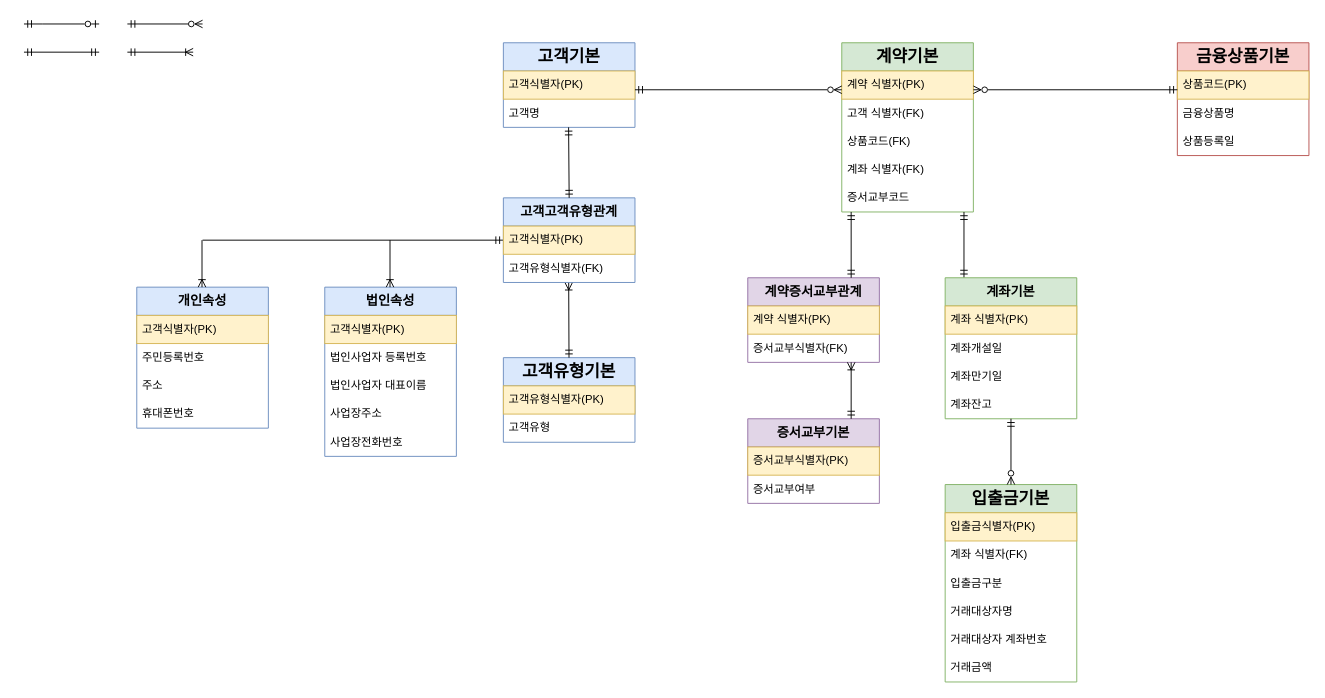
noheul1030/BWG keeps this draw.io diagram as 실습/데이터모델링실습1.drawio. Above is the earlier version. Source tidied: cells renumbered, new cells numbered last; positions are measured from the earlier drawing's top-left corner, leaving out a move shared by most shapes. Both pictures are drawn from the tidied source at 94%, with x=0, y=0 at pixel (24, 24).
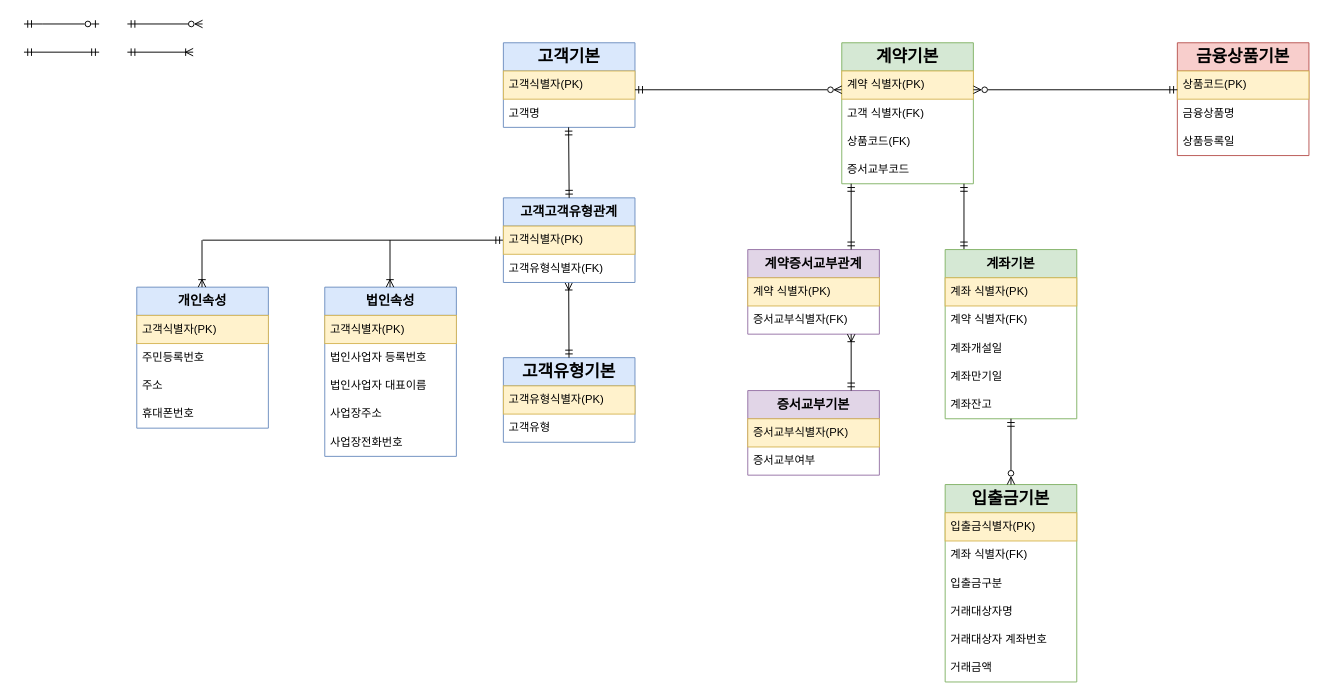
The same page after the edit.

Commit message (it also covers changes not shown here):
데이터모델링실습1.drawio 업데이트

Diff of the diagram source:
```diff
@@
     <mxCell id="23" value="&lt;h3&gt;증서교부기본&lt;/h3&gt;" style="swimlane;fontStyle=0;horizontal=1;startSize=30;whiteSpace=wrap;html=1;fillColor=#e1d5e7;strokeColor=#9673a6;" parent="1" vertex="1">
-      <mxGeometry x="770" y="420" width="140" height="90" as="geometry" />
+      <mxGeometry x="770" y="390" width="140" height="90" as="geometry" />
     </mxCell>
@@
     <mxCell id="26" value="&lt;h2&gt;계약기본&lt;/h2&gt;" style="swimlane;fontStyle=0;horizontal=1;startSize=30;whiteSpace=wrap;html=1;fillColor=#d5e8d4;strokeColor=#82b366;" parent="1" vertex="1">
-      <mxGeometry x="870" y="20" width="140" height="180" as="geometry" />
+      <mxGeometry x="870" y="20" width="140" height="150" as="geometry" />
     </mxCell>
@@
-    <mxCell id="30" value="계좌 식별자(FK)" style="text;strokeColor=none;fillColor=none;align=left;verticalAlign=middle;spacingLeft=4;spacingRight=4;overflow=hidden;whiteSpace=wrap;html=1;" parent="26" vertex="1">
-      <mxGeometry y="120" width="140" height="30" as="geometry" />
-    </mxCell>
     <mxCell id="31" value="증서교부코드" style="text;strokeColor=none;fillColor=none;align=left;verticalAlign=middle;spacingLeft=4;spacingRight=4;overflow=hidden;whiteSpace=wrap;html=1;" parent="26" vertex="1">
-      <mxGeometry y="150" width="140" height="30" as="geometry" />
+      <mxGeometry y="120" width="140" height="30" as="geometry" />
     </mxCell>
@@
     <mxCell id="34" value="&lt;h3&gt;계약증서교부관계&lt;/h3&gt;" style="swimlane;fontStyle=0;horizontal=1;startSize=30;whiteSpace=wrap;html=1;fillColor=#e1d5e7;strokeColor=#9673a6;" parent="1" vertex="1">
-      <mxGeometry x="770" y="270" width="140" height="90" as="geometry" />
+      <mxGeometry x="770" y="240" width="140" height="90" as="geometry" />
     </mxCell>
@@
     <mxCell id="37" style="endArrow=ERmandOne;html=1;rounded=0;startArrow=ERmandOne;startFill=0;endFill=0;exitX=0.5;exitY=0;exitDx=0;exitDy=0;" parent="1" edge="1">
       <mxGeometry relative="1" as="geometry">
-        <mxPoint x="880" y="270" as="sourcePoint" />
-        <mxPoint x="880" y="200" as="targetPoint" />
+        <mxPoint x="880" y="240" as="sourcePoint" />
+        <mxPoint x="880" y="170" as="targetPoint" />
       </mxGeometry>
     </mxCell>
@@
     <mxCell id="45" style="endArrow=ERmandOne;html=1;rounded=0;startArrow=ERmandOne;startFill=0;endFill=0;exitX=0.5;exitY=0;exitDx=0;exitDy=0;" parent="1" edge="1">
       <mxGeometry relative="1" as="geometry">
-        <mxPoint x="1000" y="270" as="sourcePoint" />
-        <mxPoint x="1000" y="200" as="targetPoint" />
+        <mxPoint x="1000" y="240" as="sourcePoint" />
+        <mxPoint x="1000" y="170" as="targetPoint" />
       </mxGeometry>
     </mxCell>
     <mxCell id="46" value="&lt;h3&gt;계좌기본&lt;/h3&gt;" style="swimlane;fontStyle=0;horizontal=1;startSize=30;whiteSpace=wrap;html=1;fillColor=#d5e8d4;strokeColor=#82b366;" parent="1" vertex="1">
-      <mxGeometry x="980" y="270" width="140" height="150" as="geometry" />
+      <mxGeometry x="980" y="240" width="140" height="180" as="geometry" />
     </mxCell>
@@
+    <mxCell id="66" value="계약 식별자(FK)" style="text;align=left;verticalAlign=middle;spacingLeft=4;spacingRight=4;overflow=hidden;whiteSpace=wrap;html=1;" parent="46" vertex="1">
+      <mxGeometry y="60" width="140" height="30" as="geometry" />
+    </mxCell>
     <mxCell id="48" value="계좌개설일" style="text;strokeColor=none;fillColor=none;align=left;verticalAlign=middle;spacingLeft=4;spacingRight=4;overflow=hidden;whiteSpace=wrap;html=1;" parent="46" vertex="1">
-      <mxGeometry y="60" width="140" height="30" as="geometry" />
+      <mxGeometry y="90" width="140" height="30" as="geometry" />
     </mxCell>
     <mxCell id="49" value="계좌만기일" style="text;strokeColor=none;fillColor=none;align=left;verticalAlign=middle;spacingLeft=4;spacingRight=4;overflow=hidden;whiteSpace=wrap;html=1;" parent="46" vertex="1">
-      <mxGeometry y="90" width="140" height="30" as="geometry" />
+      <mxGeometry y="120" width="140" height="30" as="geometry" />
     </mxCell>
     <mxCell id="50" value="계좌잔고" style="text;strokeColor=none;fillColor=none;align=left;verticalAlign=middle;spacingLeft=4;spacingRight=4;overflow=hidden;whiteSpace=wrap;html=1;" parent="46" vertex="1">
-      <mxGeometry y="120" width="140" height="30" as="geometry" />
+      <mxGeometry y="150" width="140" height="30" as="geometry" />
     </mxCell>
@@
     <mxCell id="65" style="endArrow=ERoneToMany;html=1;rounded=0;startArrow=ERmandOne;startFill=0;endFill=0;entryX=0.501;entryY=1.029;entryDx=0;entryDy=0;entryPerimeter=0;" parent="1" edge="1">
       <mxGeometry relative="1" as="geometry">
-        <mxPoint x="880" y="420" as="sourcePoint" />
-        <mxPoint x="880" y="360" as="targetPoint" />
+        <mxPoint x="880" y="390" as="sourcePoint" />
+        <mxPoint x="880" y="330" as="targetPoint" />
       </mxGeometry>
     </mxCell>
```
